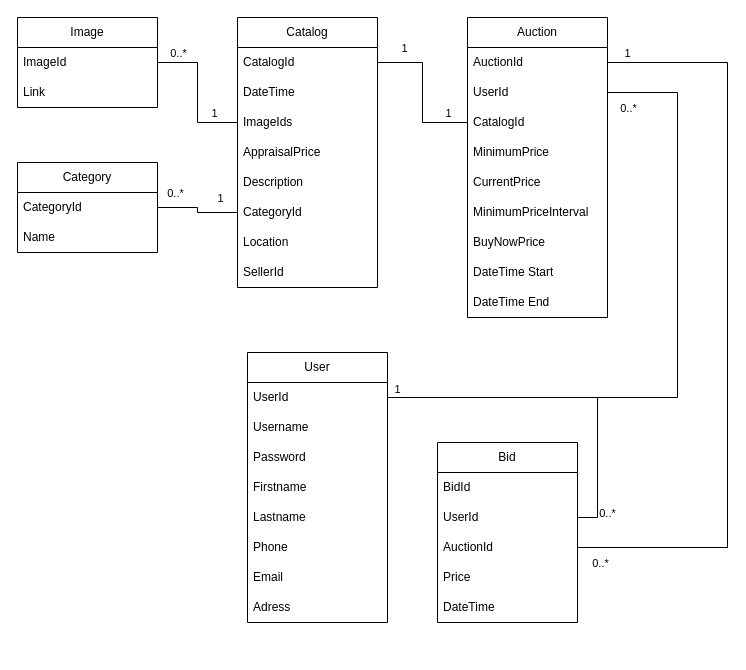
This is AuktionServiceDiagramV1.drawio from MLSAuction/Documentation, a draw.io file, before an edit. Source tidied: cells renumbered, new cells numbered last; positions are measured from the earlier drawing's top-left corner, leaving out a move shared by most shapes. Both pictures are drawn from the tidied source at 100%, with x=0, y=0 at pixel (17, 17).
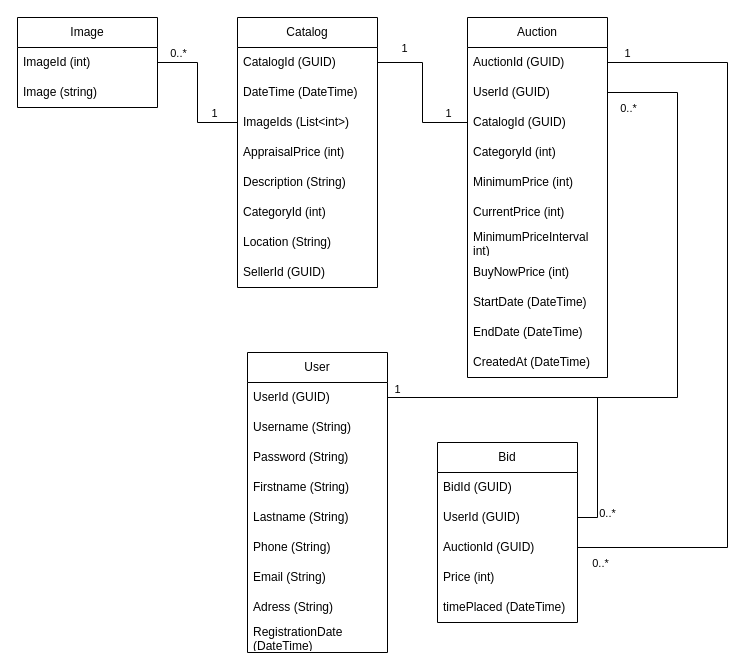
The same page after the edit.

Unchanged cells that the change refers to:
```xml
<mxCell id="11" value="Image" style="swimlane;fontStyle=0;horizontal=1;startSize=30;whiteSpace=wrap;html=1;" parent="1" vertex="1">
  <mxGeometry width="140" height="90" as="geometry" />
</mxCell>
<mxCell id="17" value="Catalog" style="swimlane;fontStyle=0;horizontal=1;startSize=30;whiteSpace=wrap;html=1;" parent="1" vertex="1">
  <mxGeometry x="220" width="140" height="270" as="geometry" />
</mxCell>
<mxCell id="26" value="Bid" style="swimlane;fontStyle=0;horizontal=1;startSize=30;whiteSpace=wrap;html=1;" parent="1" vertex="1">
  <mxGeometry x="420" y="425" width="140" height="180" as="geometry" />
</mxCell>
```

The edit, as a diff of the source:
```diff
@@
     <mxCell id="2" value="User" style="swimlane;fontStyle=0;horizontal=1;startSize=30;whiteSpace=wrap;html=1;" parent="1" vertex="1">
-      <mxGeometry x="230" y="335" width="140" height="270" as="geometry" />
+      <mxGeometry x="230" y="335" width="140" height="300" as="geometry" />
     </mxCell>
-    <mxCell id="3" value="UserId" style="text;strokeColor=none;fillColor=none;align=left;verticalAlign=middle;spacingLeft=4;spacingRight=4;overflow=hidden;points=[[0,0.5],[1,0.5]];portConstraint=eastwest;whiteSpace=wrap;html=1;" parent="2" vertex="1">
+    <mxCell id="3" value="UserId (GUID)" style="text;strokeColor=none;fillColor=none;align=left;verticalAlign=middle;spacingLeft=4;spacingRight=4;overflow=hidden;points=[[0,0.5],[1,0.5]];portConstraint=eastwest;whiteSpace=wrap;html=1;" parent="2" vertex="1">
       <mxGeometry y="30" width="140" height="30" as="geometry" />
     </mxCell>
-    <mxCell id="4" value="Username" style="text;strokeColor=none;fillColor=none;align=left;verticalAlign=middle;spacingLeft=4;spacingRight=4;overflow=hidden;whiteSpace=wrap;html=1;" parent="2" vertex="1">
+    <mxCell id="4" value="Username (String)" style="text;strokeColor=none;fillColor=none;align=left;verticalAlign=middle;spacingLeft=4;spacingRight=4;overflow=hidden;whiteSpace=wrap;html=1;" parent="2" vertex="1">
       <mxGeometry y="60" width="140" height="30" as="geometry" />
     </mxCell>
-    <mxCell id="5" value="Password" style="text;strokeColor=none;fillColor=none;align=left;verticalAlign=middle;spacingLeft=4;spacingRight=4;overflow=hidden;whiteSpace=wrap;html=1;" parent="2" vertex="1">
+    <mxCell id="5" value="Password (String)" style="text;strokeColor=none;fillColor=none;align=left;verticalAlign=middle;spacingLeft=4;spacingRight=4;overflow=hidden;whiteSpace=wrap;html=1;" parent="2" vertex="1">
       <mxGeometry y="90" width="140" height="30" as="geometry" />
     </mxCell>
-    <mxCell id="6" value="Firstname" style="text;strokeColor=none;fillColor=none;align=left;verticalAlign=middle;spacingLeft=4;spacingRight=4;overflow=hidden;whiteSpace=wrap;html=1;" parent="2" vertex="1">
+    <mxCell id="6" value="Firstname (String)" style="text;strokeColor=none;fillColor=none;align=left;verticalAlign=middle;spacingLeft=4;spacingRight=4;overflow=hidden;whiteSpace=wrap;html=1;" parent="2" vertex="1">
       <mxGeometry y="120" width="140" height="30" as="geometry" />
     </mxCell>
-    <mxCell id="7" value="Lastname" style="text;strokeColor=none;fillColor=none;align=left;verticalAlign=middle;spacingLeft=4;spacingRight=4;overflow=hidden;whiteSpace=wrap;html=1;" parent="2" vertex="1">
+    <mxCell id="7" value="Lastname (String)" style="text;strokeColor=none;fillColor=none;align=left;verticalAlign=middle;spacingLeft=4;spacingRight=4;overflow=hidden;whiteSpace=wrap;html=1;" parent="2" vertex="1">
       <mxGeometry y="150" width="140" height="30" as="geometry" />
     </mxCell>
-    <mxCell id="8" value="Phone" style="text;strokeColor=none;fillColor=none;align=left;verticalAlign=middle;spacingLeft=4;spacingRight=4;overflow=hidden;whiteSpace=wrap;html=1;" parent="2" vertex="1">
+    <mxCell id="8" value="Phone (String)" style="text;strokeColor=none;fillColor=none;align=left;verticalAlign=middle;spacingLeft=4;spacingRight=4;overflow=hidden;whiteSpace=wrap;html=1;" parent="2" vertex="1">
       <mxGeometry y="180" width="140" height="30" as="geometry" />
     </mxCell>
-    <mxCell id="9" value="Email" style="text;strokeColor=none;fillColor=none;align=left;verticalAlign=middle;spacingLeft=4;spacingRight=4;overflow=hidden;whiteSpace=wrap;html=1;" parent="2" vertex="1">
+    <mxCell id="9" value="Email (String)" style="text;strokeColor=none;fillColor=none;align=left;verticalAlign=middle;spacingLeft=4;spacingRight=4;overflow=hidden;whiteSpace=wrap;html=1;" parent="2" vertex="1">
       <mxGeometry y="210" width="140" height="30" as="geometry" />
     </mxCell>
+    <mxCell id="59" value="Adress (String)" style="text;strokeColor=none;fillColor=none;align=left;verticalAlign=middle;spacingLeft=4;spacingRight=4;overflow=hidden;whiteSpace=wrap;html=1;" parent="2" vertex="1">
+      <mxGeometry y="240" width="140" height="30" as="geometry" />
+    </mxCell>
-    <mxCell id="10" value="Adress" style="text;strokeColor=none;fillColor=none;align=left;verticalAlign=middle;spacingLeft=4;spacingRight=4;overflow=hidden;whiteSpace=wrap;html=1;" parent="2" vertex="1">
-      <mxGeometry y="240" width="140" height="30" as="geometry" />
+    <mxCell id="10" value="RegistrationDate&lt;br&gt;(DateTime)" style="text;strokeColor=none;fillColor=none;align=left;verticalAlign=middle;spacingLeft=4;spacingRight=4;overflow=hidden;whiteSpace=wrap;html=1;" parent="2" vertex="1">
+      <mxGeometry y="270" width="140" height="30" as="geometry" />
     </mxCell>
@@
-    <mxCell id="12" value="ImageId" style="text;strokeColor=none;fillColor=none;align=left;verticalAlign=middle;spacingLeft=4;spacingRight=4;overflow=hidden;points=[[0,0.5],[1,0.5]];portConstraint=eastwest;whiteSpace=wrap;html=1;" parent="11" vertex="1">
+    <mxCell id="12" value="ImageId (int)" style="text;strokeColor=none;fillColor=none;align=left;verticalAlign=middle;spacingLeft=4;spacingRight=4;overflow=hidden;points=[[0,0.5],[1,0.5]];portConstraint=eastwest;whiteSpace=wrap;html=1;" parent="11" vertex="1">
       <mxGeometry y="30" width="140" height="30" as="geometry" />
     </mxCell>
-    <mxCell id="13" value="Link" style="text;strokeColor=none;fillColor=none;align=left;verticalAlign=middle;spacingLeft=4;spacingRight=4;overflow=hidden;whiteSpace=wrap;html=1;" parent="11" vertex="1">
+    <mxCell id="13" value="Image (string)" style="text;strokeColor=none;fillColor=none;align=left;verticalAlign=middle;spacingLeft=4;spacingRight=4;overflow=hidden;whiteSpace=wrap;html=1;" parent="11" vertex="1">
       <mxGeometry y="60" width="140" height="30" as="geometry" />
     </mxCell>
-    <mxCell id="14" value="Category" style="swimlane;fontStyle=0;horizontal=1;startSize=30;whiteSpace=wrap;html=1;" parent="1" vertex="1">
-      <mxGeometry y="145" width="140" height="90" as="geometry" />
-    </mxCell>
-    <mxCell id="15" value="CategoryId" style="text;strokeColor=none;fillColor=none;align=left;verticalAlign=middle;spacingLeft=4;spacingRight=4;overflow=hidden;points=[[0,0.5],[1,0.5]];portConstraint=eastwest;whiteSpace=wrap;html=1;" parent="14" vertex="1">
-      <mxGeometry y="30" width="140" height="30" as="geometry" />
-    </mxCell>
-    <mxCell id="16" value="Name" style="text;strokeColor=none;fillColor=none;align=left;verticalAlign=middle;spacingLeft=4;spacingRight=4;overflow=hidden;whiteSpace=wrap;html=1;" parent="14" vertex="1">
-      <mxGeometry y="60" width="140" height="30" as="geometry" />
-    </mxCell>
@@
-    <mxCell id="18" value="CatalogId" style="text;strokeColor=none;fillColor=none;align=left;verticalAlign=middle;spacingLeft=4;spacingRight=4;overflow=hidden;points=[[0,0.5],[1,0.5]];portConstraint=eastwest;whiteSpace=wrap;html=1;" parent="17" vertex="1">
+    <mxCell id="18" value="CatalogId (GUID)" style="text;strokeColor=none;fillColor=none;align=left;verticalAlign=middle;spacingLeft=4;spacingRight=4;overflow=hidden;points=[[0,0.5],[1,0.5]];portConstraint=eastwest;whiteSpace=wrap;html=1;" parent="17" vertex="1">
       <mxGeometry y="30" width="140" height="30" as="geometry" />
     </mxCell>
-    <mxCell id="19" value="DateTime" style="text;strokeColor=none;fillColor=none;align=left;verticalAlign=middle;spacingLeft=4;spacingRight=4;overflow=hidden;whiteSpace=wrap;html=1;" parent="17" vertex="1">
+    <mxCell id="19" value="DateTime (DateTime)" style="text;strokeColor=none;fillColor=none;align=left;verticalAlign=middle;spacingLeft=4;spacingRight=4;overflow=hidden;whiteSpace=wrap;html=1;" parent="17" vertex="1">
       <mxGeometry y="60" width="140" height="30" as="geometry" />
     </mxCell>
-    <mxCell id="20" value="ImageIds" style="text;strokeColor=none;fillColor=none;align=left;verticalAlign=middle;spacingLeft=4;spacingRight=4;overflow=hidden;points=[[0,0.5],[1,0.5]];portConstraint=eastwest;whiteSpace=wrap;html=1;" parent="17" vertex="1">
+    <mxCell id="20" value="ImageIds (List&amp;lt;int&amp;gt;)" style="text;strokeColor=none;fillColor=none;align=left;verticalAlign=middle;spacingLeft=4;spacingRight=4;overflow=hidden;points=[[0,0.5],[1,0.5]];portConstraint=eastwest;whiteSpace=wrap;html=1;" parent="17" vertex="1">
       <mxGeometry y="90" width="140" height="30" as="geometry" />
     </mxCell>
-    <mxCell id="21" value="AppraisalPrice" style="text;strokeColor=none;fillColor=none;align=left;verticalAlign=middle;spacingLeft=4;spacingRight=4;overflow=hidden;whiteSpace=wrap;html=1;" parent="17" vertex="1">
+    <mxCell id="21" value="AppraisalPrice (int)" style="text;strokeColor=none;fillColor=none;align=left;verticalAlign=middle;spacingLeft=4;spacingRight=4;overflow=hidden;whiteSpace=wrap;html=1;" parent="17" vertex="1">
       <mxGeometry y="120" width="140" height="30" as="geometry" />
     </mxCell>
-    <mxCell id="22" value="Description" style="text;strokeColor=none;fillColor=none;align=left;verticalAlign=middle;spacingLeft=4;spacingRight=4;overflow=hidden;whiteSpace=wrap;html=1;" parent="17" vertex="1">
+    <mxCell id="22" value="Description (String)" style="text;strokeColor=none;fillColor=none;align=left;verticalAlign=middle;spacingLeft=4;spacingRight=4;overflow=hidden;whiteSpace=wrap;html=1;" parent="17" vertex="1">
       <mxGeometry y="150" width="140" height="30" as="geometry" />
     </mxCell>
-    <mxCell id="23" value="CategoryId" style="text;strokeColor=none;fillColor=none;align=left;verticalAlign=middle;spacingLeft=4;spacingRight=4;overflow=hidden;points=[[0,0.5],[1,0.5]];portConstraint=eastwest;whiteSpace=wrap;html=1;" parent="17" vertex="1">
+    <mxCell id="23" value="CategoryId (int)" style="text;strokeColor=none;fillColor=none;align=left;verticalAlign=middle;spacingLeft=4;spacingRight=4;overflow=hidden;points=[[0,0.5],[1,0.5]];portConstraint=eastwest;whiteSpace=wrap;html=1;" parent="17" vertex="1">
       <mxGeometry y="180" width="140" height="30" as="geometry" />
     </mxCell>
-    <mxCell id="24" value="Location" style="text;strokeColor=none;fillColor=none;align=left;verticalAlign=middle;spacingLeft=4;spacingRight=4;overflow=hidden;whiteSpace=wrap;html=1;" parent="17" vertex="1">
+    <mxCell id="24" value="Location (String)" style="text;strokeColor=none;fillColor=none;align=left;verticalAlign=middle;spacingLeft=4;spacingRight=4;overflow=hidden;whiteSpace=wrap;html=1;" parent="17" vertex="1">
       <mxGeometry y="210" width="140" height="30" as="geometry" />
     </mxCell>
-    <mxCell id="25" value="SellerId" style="text;strokeColor=none;fillColor=none;align=left;verticalAlign=middle;spacingLeft=4;spacingRight=4;overflow=hidden;whiteSpace=wrap;html=1;" parent="17" vertex="1">
+    <mxCell id="25" value="SellerId (GUID)" style="text;strokeColor=none;fillColor=none;align=left;verticalAlign=middle;spacingLeft=4;spacingRight=4;overflow=hidden;whiteSpace=wrap;html=1;" parent="17" vertex="1">
       <mxGeometry y="240" width="140" height="30" as="geometry" />
     </mxCell>
@@
-    <mxCell id="27" value="BidId" style="text;strokeColor=none;fillColor=none;align=left;verticalAlign=middle;spacingLeft=4;spacingRight=4;overflow=hidden;whiteSpace=wrap;html=1;" parent="26" vertex="1">
+    <mxCell id="27" value="BidId (GUID)" style="text;strokeColor=none;fillColor=none;align=left;verticalAlign=middle;spacingLeft=4;spacingRight=4;overflow=hidden;whiteSpace=wrap;html=1;" parent="26" vertex="1">
       <mxGeometry y="30" width="140" height="30" as="geometry" />
     </mxCell>
-    <mxCell id="28" value="UserId" style="text;strokeColor=none;fillColor=none;align=left;verticalAlign=middle;spacingLeft=4;spacingRight=4;overflow=hidden;points=[[0,0.5],[1,0.5]];portConstraint=eastwest;whiteSpace=wrap;html=1;" parent="26" vertex="1">
+    <mxCell id="28" value="UserId (GUID)" style="text;strokeColor=none;fillColor=none;align=left;verticalAlign=middle;spacingLeft=4;spacingRight=4;overflow=hidden;points=[[0,0.5],[1,0.5]];portConstraint=eastwest;whiteSpace=wrap;html=1;" parent="26" vertex="1">
       <mxGeometry y="60" width="140" height="30" as="geometry" />
     </mxCell>
-    <mxCell id="29" value="AuctionId" style="text;strokeColor=none;fillColor=none;align=left;verticalAlign=middle;spacingLeft=4;spacingRight=4;overflow=hidden;points=[[0,0.5],[1,0.5]];portConstraint=eastwest;whiteSpace=wrap;html=1;" parent="26" vertex="1">
+    <mxCell id="29" value="AuctionId (GUID)" style="text;strokeColor=none;fillColor=none;align=left;verticalAlign=middle;spacingLeft=4;spacingRight=4;overflow=hidden;points=[[0,0.5],[1,0.5]];portConstraint=eastwest;whiteSpace=wrap;html=1;" parent="26" vertex="1">
       <mxGeometry y="90" width="140" height="30" as="geometry" />
     </mxCell>
-    <mxCell id="30" value="Price" style="text;strokeColor=none;fillColor=none;align=left;verticalAlign=middle;spacingLeft=4;spacingRight=4;overflow=hidden;whiteSpace=wrap;html=1;" parent="26" vertex="1">
+    <mxCell id="30" value="Price (int)" style="text;strokeColor=none;fillColor=none;align=left;verticalAlign=middle;spacingLeft=4;spacingRight=4;overflow=hidden;whiteSpace=wrap;html=1;" parent="26" vertex="1">
       <mxGeometry y="120" width="140" height="30" as="geometry" />
     </mxCell>
-    <mxCell id="31" value="DateTime" style="text;strokeColor=none;fillColor=none;align=left;verticalAlign=middle;spacingLeft=4;spacingRight=4;overflow=hidden;whiteSpace=wrap;html=1;" parent="26" vertex="1">
+    <mxCell id="31" value="timePlaced (DateTime)" style="text;strokeColor=none;fillColor=none;align=left;verticalAlign=middle;spacingLeft=4;spacingRight=4;overflow=hidden;whiteSpace=wrap;html=1;" parent="26" vertex="1">
       <mxGeometry y="150" width="140" height="30" as="geometry" />
     </mxCell>
     <mxCell id="32" value="Auction" style="swimlane;fontStyle=0;horizontal=1;startSize=30;whiteSpace=wrap;html=1;" parent="1" vertex="1">
-      <mxGeometry x="450" width="140" height="300" as="geometry" />
+      <mxGeometry x="450" width="140" height="360" as="geometry" />
     </mxCell>
-    <mxCell id="33" value="AuctionId" style="text;strokeColor=none;fillColor=none;align=left;verticalAlign=middle;spacingLeft=4;spacingRight=4;overflow=hidden;points=[[0,0.5],[1,0.5]];portConstraint=eastwest;whiteSpace=wrap;html=1;" parent="32" vertex="1">
+    <mxCell id="33" value="AuctionId (GUID)" style="text;strokeColor=none;fillColor=none;align=left;verticalAlign=middle;spacingLeft=4;spacingRight=4;overflow=hidden;points=[[0,0.5],[1,0.5]];portConstraint=eastwest;whiteSpace=wrap;html=1;" parent="32" vertex="1">
       <mxGeometry y="30" width="140" height="30" as="geometry" />
     </mxCell>
-    <mxCell id="34" value="UserId" style="text;strokeColor=none;fillColor=none;align=left;verticalAlign=middle;spacingLeft=4;spacingRight=4;overflow=hidden;points=[[0,0.5],[1,0.5]];portConstraint=eastwest;whiteSpace=wrap;html=1;" parent="32" vertex="1">
+    <mxCell id="34" value="UserId (GUID)" style="text;strokeColor=none;fillColor=none;align=left;verticalAlign=middle;spacingLeft=4;spacingRight=4;overflow=hidden;points=[[0,0.5],[1,0.5]];portConstraint=eastwest;whiteSpace=wrap;html=1;" parent="32" vertex="1">
       <mxGeometry y="60" width="140" height="30" as="geometry" />
     </mxCell>
-    <mxCell id="35" value="CatalogId" style="text;strokeColor=none;fillColor=none;align=left;verticalAlign=middle;spacingLeft=4;spacingRight=4;overflow=hidden;points=[[0,0.5],[1,0.5]];portConstraint=eastwest;whiteSpace=wrap;html=1;" parent="32" vertex="1">
+    <mxCell id="35" value="CatalogId (GUID)" style="text;strokeColor=none;fillColor=none;align=left;verticalAlign=middle;spacingLeft=4;spacingRight=4;overflow=hidden;points=[[0,0.5],[1,0.5]];portConstraint=eastwest;whiteSpace=wrap;html=1;" parent="32" vertex="1">
       <mxGeometry y="90" width="140" height="30" as="geometry" />
     </mxCell>
+    <mxCell id="60" value="CategoryId (int)" style="text;strokeColor=none;fillColor=none;align=left;verticalAlign=middle;spacingLeft=4;spacingRight=4;overflow=hidden;whiteSpace=wrap;html=1;" parent="32" vertex="1">
+      <mxGeometry y="120" width="140" height="30" as="geometry" />
+    </mxCell>
-    <mxCell id="36" value="MinimumPrice" style="text;strokeColor=none;fillColor=none;align=left;verticalAlign=middle;spacingLeft=4;spacingRight=4;overflow=hidden;whiteSpace=wrap;html=1;" parent="32" vertex="1">
-      <mxGeometry y="120" width="140" height="30" as="geometry" />
+    <mxCell id="36" value="MinimumPrice (int)" style="text;strokeColor=none;fillColor=none;align=left;verticalAlign=middle;spacingLeft=4;spacingRight=4;overflow=hidden;whiteSpace=wrap;html=1;" parent="32" vertex="1">
+      <mxGeometry y="150" width="140" height="30" as="geometry" />
     </mxCell>
-    <mxCell id="37" value="CurrentPrice" style="text;strokeColor=none;fillColor=none;align=left;verticalAlign=middle;spacingLeft=4;spacingRight=4;overflow=hidden;whiteSpace=wrap;html=1;" parent="32" vertex="1">
-      <mxGeometry y="150" width="140" height="30" as="geometry" />
+    <mxCell id="37" value="CurrentPrice (int)" style="text;strokeColor=none;fillColor=none;align=left;verticalAlign=middle;spacingLeft=4;spacingRight=4;overflow=hidden;whiteSpace=wrap;html=1;" parent="32" vertex="1">
+      <mxGeometry y="180" width="140" height="30" as="geometry" />
     </mxCell>
-    <mxCell id="38" value="MinimumPriceInterval" style="text;strokeColor=none;fillColor=none;align=left;verticalAlign=middle;spacingLeft=4;spacingRight=4;overflow=hidden;whiteSpace=wrap;html=1;" parent="32" vertex="1">
-      <mxGeometry y="180" width="140" height="30" as="geometry" />
+    <mxCell id="38" value="MinimumPriceInterval int)" style="text;strokeColor=none;fillColor=none;align=left;verticalAlign=middle;spacingLeft=4;spacingRight=4;overflow=hidden;whiteSpace=wrap;html=1;" parent="32" vertex="1">
+      <mxGeometry y="210" width="140" height="30" as="geometry" />
     </mxCell>
-    <mxCell id="39" value="BuyNowPrice" style="text;strokeColor=none;fillColor=none;align=left;verticalAlign=middle;spacingLeft=4;spacingRight=4;overflow=hidden;whiteSpace=wrap;html=1;" parent="32" vertex="1">
-      <mxGeometry y="210" width="140" height="30" as="geometry" />
+    <mxCell id="39" value="BuyNowPrice (int)" style="text;strokeColor=none;fillColor=none;align=left;verticalAlign=middle;spacingLeft=4;spacingRight=4;overflow=hidden;whiteSpace=wrap;html=1;" parent="32" vertex="1">
+      <mxGeometry y="240" width="140" height="30" as="geometry" />
     </mxCell>
-    <mxCell id="40" value="DateTime Start" style="text;strokeColor=none;fillColor=none;align=left;verticalAlign=middle;spacingLeft=4;spacingRight=4;overflow=hidden;whiteSpace=wrap;html=1;" parent="32" vertex="1">
-      <mxGeometry y="240" width="140" height="30" as="geometry" />
+    <mxCell id="40" value="StartDate (DateTime)" style="text;strokeColor=none;fillColor=none;align=left;verticalAlign=middle;spacingLeft=4;spacingRight=4;overflow=hidden;whiteSpace=wrap;html=1;" parent="32" vertex="1">
+      <mxGeometry y="270" width="140" height="30" as="geometry" />
     </mxCell>
-    <mxCell id="41" value="DateTime End" style="text;strokeColor=none;fillColor=none;align=left;verticalAlign=middle;spacingLeft=4;spacingRight=4;overflow=hidden;whiteSpace=wrap;html=1;" parent="32" vertex="1">
-      <mxGeometry y="270" width="140" height="30" as="geometry" />
+    <mxCell id="41" value="EndDate (DateTime)" style="text;strokeColor=none;fillColor=none;align=left;verticalAlign=middle;spacingLeft=4;spacingRight=4;overflow=hidden;whiteSpace=wrap;html=1;" parent="32" vertex="1">
+      <mxGeometry y="300" width="140" height="30" as="geometry" />
     </mxCell>
+    <mxCell id="61" value="CreatedAt&amp;nbsp;(DateTime)" style="text;strokeColor=none;fillColor=none;align=left;verticalAlign=middle;spacingLeft=4;spacingRight=4;overflow=hidden;whiteSpace=wrap;html=1;" parent="32" vertex="1">
+      <mxGeometry y="330" width="140" height="30" as="geometry" />
+    </mxCell>
@@
-    <mxCell id="53" style="edgeStyle=orthogonalEdgeStyle;rounded=0;jettySize=auto;html=1;exitX=1;exitY=0.5;exitDx=0;exitDy=0;entryX=0;entryY=0.5;entryDx=0;entryDy=0;endArrow=none;endFill=0;" parent="1" edge="1" source="15" target="23">
-      <mxGeometry relative="1" as="geometry" />
-    </mxCell>
-    <mxCell id="54" value="1" style="edgeLabel;html=1;align=center;verticalAlign=middle;" parent="53" vertex="1">
-      <mxGeometry x="0.57" y="5" relative="1" as="geometry">
-        <mxPoint y="-10" as="offset" />
-      </mxGeometry>
-    </mxCell>
-    <mxCell id="55" value="0..*" style="edgeLabel;html=1;align=center;verticalAlign=middle;" parent="53" vertex="1">
-      <mxGeometry x="-0.6" relative="1" as="geometry">
-        <mxPoint y="-15" as="offset" />
-      </mxGeometry>
-    </mxCell>
```
